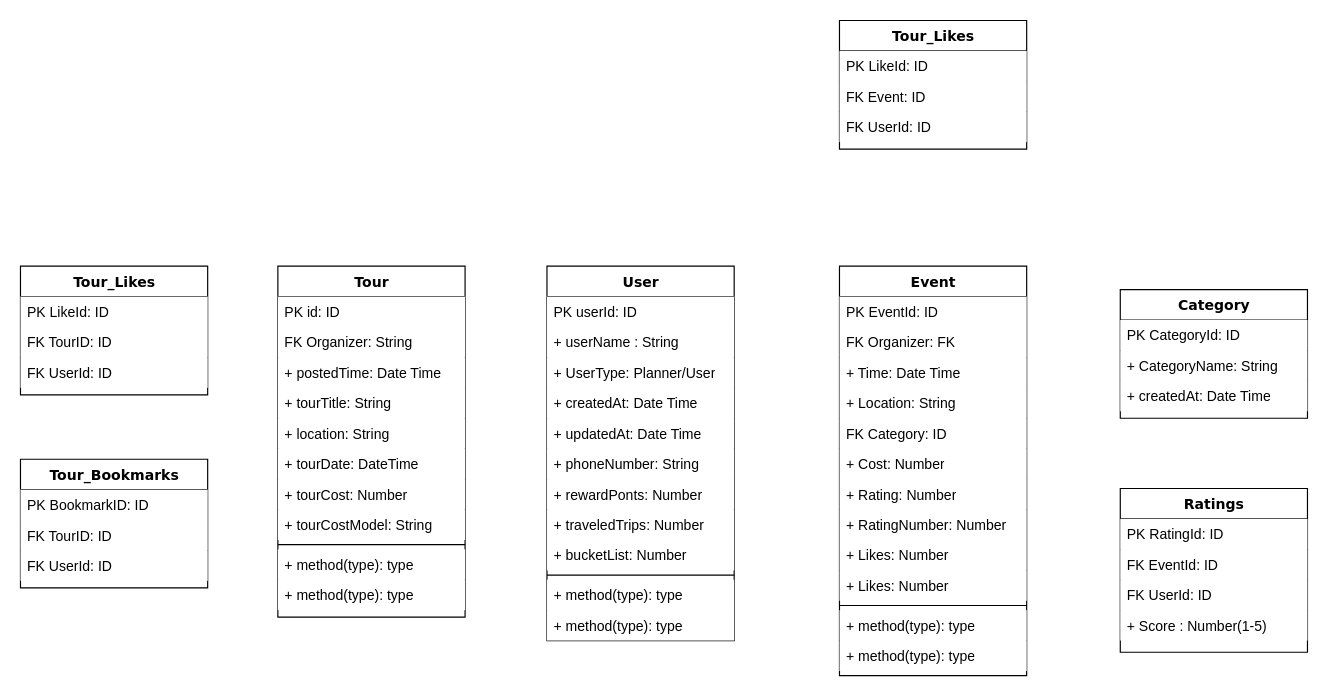
Above: page "Tour Entity" (1 of 2) of design/data model/rium-data-model.drawio in sheltonkertich/node-backend-express (draw.io), before the change. Source tidied: cells renumbered, new cells numbered last; positions are measured from the earlier drawing's top-left corner, leaving out a move shared by most shapes. Both pictures are drawn from the tidied source at 117%, with x=0, y=0 at pixel (20, 20).
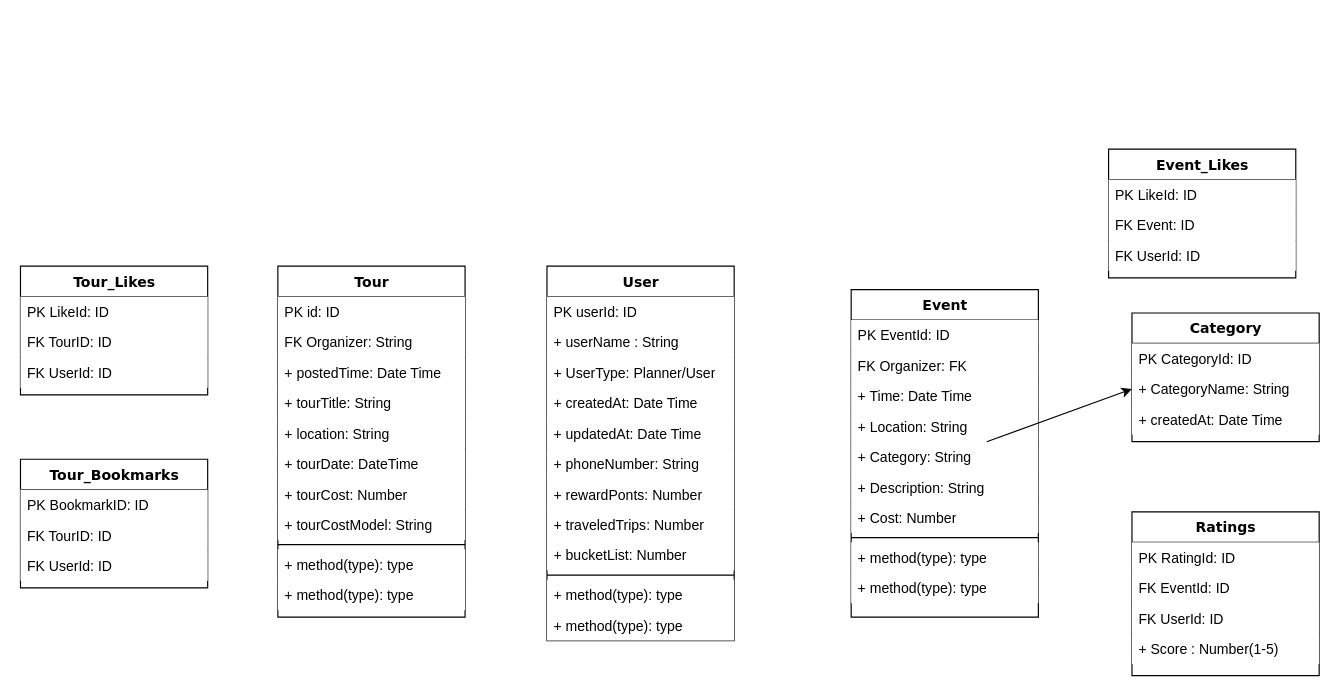
After the change.

Unchanged cells that the change refers to:
```xml
<mxCell id="43" value="+ CategoryName: String" style="text;html=1;strokeColor=none;fillColor=default;align=left;verticalAlign=top;spacingLeft=4;spacingRight=4;whiteSpace=wrap;overflow=hidden;points=[[0,0.5],[1,0.5]];portConstraint=eastwest;" parent="41" vertex="1">
  <mxGeometry y="52" width="160" height="26" as="geometry" />
</mxCell>
```

Change to the diagram source:
```diff
@@
+    <mxCell id="50" value="Tour_Likes" style="swimlane;html=1;fontStyle=1;align=center;verticalAlign=top;horizontal=1;startSize=26;swimlaneFillColor=#ffffff;rounded=0;shadow=0;comic=0;labelBackgroundColor=none;strokeWidth=1;fillColor=none;fontFamily=Verdana;fontSize=12;" parent="1" vertex="1">
+      <mxGeometry y="210" width="160" height="110" as="geometry" />
+    </mxCell>
+    <mxCell id="51" value="PK LikeId: ID" style="text;html=1;strokeColor=none;fillColor=default;align=left;verticalAlign=top;spacingLeft=4;spacingRight=4;whiteSpace=wrap;overflow=hidden;" parent="50" vertex="1">
+      <mxGeometry y="26" width="160" height="26" as="geometry" />
+    </mxCell>
+    <mxCell id="52" value="FK TourID: ID" style="text;html=1;strokeColor=none;fillColor=default;align=left;verticalAlign=top;spacingLeft=4;spacingRight=4;whiteSpace=wrap;overflow=hidden;" parent="50" vertex="1">
+      <mxGeometry y="52" width="160" height="26" as="geometry" />
+    </mxCell>
+    <mxCell id="53" value="FK UserId: ID" style="text;html=1;strokeColor=none;fillColor=default;align=left;verticalAlign=top;spacingLeft=4;spacingRight=4;whiteSpace=wrap;overflow=hidden;" parent="50" vertex="1">
+      <mxGeometry y="78" width="160" height="26" as="geometry" />
+    </mxCell>
+    <mxCell id="58" value="Tour_Bookmarks" style="swimlane;html=1;fontStyle=1;align=center;verticalAlign=top;horizontal=1;startSize=26;swimlaneFillColor=#ffffff;rounded=0;shadow=0;comic=0;labelBackgroundColor=none;strokeWidth=1;fillColor=none;fontFamily=Verdana;fontSize=12;" parent="1" vertex="1">
+      <mxGeometry y="375" width="160" height="110" as="geometry" />
+    </mxCell>
+    <mxCell id="59" value="PK BookmarkID: ID" style="text;html=1;strokeColor=none;fillColor=default;align=left;verticalAlign=top;spacingLeft=4;spacingRight=4;whiteSpace=wrap;overflow=hidden;" parent="58" vertex="1">
+      <mxGeometry y="26" width="160" height="26" as="geometry" />
+    </mxCell>
+    <mxCell id="60" value="FK TourID: ID" style="text;html=1;strokeColor=none;fillColor=default;align=left;verticalAlign=top;spacingLeft=4;spacingRight=4;whiteSpace=wrap;overflow=hidden;" parent="58" vertex="1">
+      <mxGeometry y="52" width="160" height="26" as="geometry" />
+    </mxCell>
+    <mxCell id="61" value="FK UserId: ID" style="text;html=1;strokeColor=none;fillColor=default;align=left;verticalAlign=top;spacingLeft=4;spacingRight=4;whiteSpace=wrap;overflow=hidden;" parent="58" vertex="1">
+      <mxGeometry y="78" width="160" height="26" as="geometry" />
+    </mxCell>
     <mxCell id="27" value="Event" style="swimlane;html=1;fontStyle=1;align=center;verticalAlign=top;horizontal=1;startSize=26;swimlaneFillColor=#ffffff;rounded=0;shadow=0;comic=0;labelBackgroundColor=none;strokeWidth=1;fillColor=none;fontFamily=Verdana;fontSize=12;" parent="1" vertex="1">
-      <mxGeometry x="700" y="210" width="160" height="350" as="geometry" />
+      <mxGeometry x="710" y="230" width="160" height="280" as="geometry" />
     </mxCell>
@@
-    <mxCell id="32" value="FK Category: ID" style="text;html=1;strokeColor=none;fillColor=default;align=left;verticalAlign=top;spacingLeft=4;spacingRight=4;whiteSpace=wrap;overflow=hidden;" parent="27" vertex="1">
-      <mxGeometry y="130" width="160" height="26" as="geometry" />
-    </mxCell>
+    <mxCell id="62" value="+ Category: String" style="text;html=1;strokeColor=none;fillColor=default;align=left;verticalAlign=top;spacingLeft=4;spacingRight=4;whiteSpace=wrap;overflow=hidden;points=[[0,0.5],[1,0.5]];portConstraint=eastwest;" parent="27" vertex="1">
+      <mxGeometry y="130" width="160" height="26" as="geometry" />
+    </mxCell>
+    <mxCell id="63" value="+ Description: String" style="text;html=1;strokeColor=none;fillColor=default;align=left;verticalAlign=top;spacingLeft=4;spacingRight=4;whiteSpace=wrap;overflow=hidden;" parent="27" vertex="1">
+      <mxGeometry y="156" width="160" height="26" as="geometry" />
+    </mxCell>
     <mxCell id="33" value="+ Cost: Number" style="text;html=1;strokeColor=none;fillColor=default;align=left;verticalAlign=top;spacingLeft=4;spacingRight=4;whiteSpace=wrap;overflow=hidden;" parent="27" vertex="1">
-      <mxGeometry y="156" width="160" height="26" as="geometry" />
+      <mxGeometry y="182" width="160" height="26" as="geometry" />
     </mxCell>
-    <mxCell id="34" value="+ Rating: Number" style="text;html=1;strokeColor=none;fillColor=default;align=left;verticalAlign=top;spacingLeft=4;spacingRight=4;whiteSpace=wrap;overflow=hidden;" parent="27" vertex="1">
-      <mxGeometry y="182" width="160" height="26" as="geometry" />
-    </mxCell>
-    <mxCell id="35" value="+ RatingNumber: Number" style="text;html=1;strokeColor=none;fillColor=default;align=left;verticalAlign=top;spacingLeft=4;spacingRight=4;whiteSpace=wrap;overflow=hidden;" parent="27" vertex="1">
-      <mxGeometry y="208" width="160" height="26" as="geometry" />
-    </mxCell>
-    <mxCell id="36" value="+ Likes: Number" style="text;html=1;strokeColor=none;fillColor=default;align=left;verticalAlign=top;spacingLeft=4;spacingRight=4;whiteSpace=wrap;overflow=hidden;" parent="27" vertex="1">
-      <mxGeometry y="234" width="160" height="26" as="geometry" />
-    </mxCell>
-    <mxCell id="37" value="+ Likes: Number" style="text;html=1;strokeColor=none;fillColor=default;align=left;verticalAlign=top;spacingLeft=4;spacingRight=4;whiteSpace=wrap;overflow=hidden;" parent="27" vertex="1">
-      <mxGeometry y="260" width="160" height="26" as="geometry" />
-    </mxCell>
-    <mxCell id="38" style="line;html=1;strokeWidth=1;fillColor=none;align=left;verticalAlign=middle;spacingTop=-1;spacingLeft=3;spacingRight=3;labelPosition=right;" parent="27" vertex="1">
-      <mxGeometry y="286" width="160" height="8" as="geometry" />
-    </mxCell>
-    <mxCell id="39" value="+ method(type): type" style="text;html=1;strokeColor=none;fillColor=default;align=left;verticalAlign=top;spacingLeft=4;spacingRight=4;whiteSpace=wrap;overflow=hidden;" parent="27" vertex="1">
-      <mxGeometry y="294" width="160" height="26" as="geometry" />
-    </mxCell>
-    <mxCell id="40" value="+ method(type): type" style="text;html=1;strokeColor=none;fillColor=default;align=left;verticalAlign=top;spacingLeft=4;spacingRight=4;whiteSpace=wrap;overflow=hidden;" parent="27" vertex="1">
-      <mxGeometry y="320" width="160" height="26" as="geometry" />
-    </mxCell>
+    <mxCell id="64" style="line;html=1;strokeWidth=1;fillColor=none;align=left;verticalAlign=middle;spacingTop=-1;spacingLeft=3;spacingRight=3;labelPosition=right;" parent="27" vertex="1">
+      <mxGeometry y="208" width="160" height="8" as="geometry" />
+    </mxCell>
+    <mxCell id="65" value="+ method(type): type" style="text;html=1;strokeColor=none;fillColor=default;align=left;verticalAlign=top;spacingLeft=4;spacingRight=4;whiteSpace=wrap;overflow=hidden;" parent="27" vertex="1">
+      <mxGeometry y="216" width="160" height="26" as="geometry" />
+    </mxCell>
+    <mxCell id="66" value="+ method(type): type" style="text;html=1;strokeColor=none;fillColor=default;align=left;verticalAlign=top;spacingLeft=4;spacingRight=4;whiteSpace=wrap;overflow=hidden;" parent="27" vertex="1">
+      <mxGeometry y="242" width="160" height="26" as="geometry" />
+    </mxCell>
     <mxCell id="41" value="Category" style="swimlane;html=1;fontStyle=1;align=center;verticalAlign=top;horizontal=1;startSize=26;swimlaneFillColor=#ffffff;rounded=0;shadow=0;comic=0;labelBackgroundColor=none;strokeWidth=1;fillColor=none;fontFamily=Verdana;fontSize=12;" parent="1" vertex="1">
-      <mxGeometry x="940" y="230" width="160" height="110" as="geometry" />
+      <mxGeometry x="950" y="250" width="160" height="110" as="geometry" />
     </mxCell>
@@
     <mxCell id="45" value="Ratings" style="swimlane;html=1;fontStyle=1;align=center;verticalAlign=top;horizontal=1;startSize=26;swimlaneFillColor=#ffffff;rounded=0;shadow=0;comic=0;labelBackgroundColor=none;strokeWidth=1;fillColor=none;fontFamily=Verdana;fontSize=12;" parent="1" vertex="1">
-      <mxGeometry x="940" y="400" width="160" height="140" as="geometry" />
+      <mxGeometry x="950" y="420" width="160" height="140" as="geometry" />
     </mxCell>
@@
-    <mxCell id="48" value="FK UserId: ID" style="text;html=1;strokeColor=none;fillColor=default;align=left;verticalAlign=top;spacingLeft=4;spacingRight=4;whiteSpace=wrap;overflow=hidden;" parent="45" vertex="1">
-      <mxGeometry y="78" width="160" height="26" as="geometry" />
-    </mxCell>
+    <mxCell id="67" value="FK UserId: ID" style="text;html=1;strokeColor=none;fillColor=default;align=left;verticalAlign=top;spacingLeft=4;spacingRight=4;whiteSpace=wrap;overflow=hidden;" parent="45" vertex="1">
+      <mxGeometry y="78" width="160" height="26" as="geometry" />
+    </mxCell>
@@
-    <mxCell id="50" value="Tour_Likes" style="swimlane;html=1;fontStyle=1;align=center;verticalAlign=top;horizontal=1;startSize=26;swimlaneFillColor=#ffffff;rounded=0;shadow=0;comic=0;labelBackgroundColor=none;strokeWidth=1;fillColor=none;fontFamily=Verdana;fontSize=12;" parent="1" vertex="1">
-      <mxGeometry y="210" width="160" height="110" as="geometry" />
-    </mxCell>
-    <mxCell id="51" value="PK LikeId: ID" style="text;html=1;strokeColor=none;fillColor=default;align=left;verticalAlign=top;spacingLeft=4;spacingRight=4;whiteSpace=wrap;overflow=hidden;" parent="50" vertex="1">
-      <mxGeometry y="26" width="160" height="26" as="geometry" />
-    </mxCell>
-    <mxCell id="52" value="FK TourID: ID" style="text;html=1;strokeColor=none;fillColor=default;align=left;verticalAlign=top;spacingLeft=4;spacingRight=4;whiteSpace=wrap;overflow=hidden;" parent="50" vertex="1">
-      <mxGeometry y="52" width="160" height="26" as="geometry" />
-    </mxCell>
-    <mxCell id="53" value="FK UserId: ID" style="text;html=1;strokeColor=none;fillColor=default;align=left;verticalAlign=top;spacingLeft=4;spacingRight=4;whiteSpace=wrap;overflow=hidden;" parent="50" vertex="1">
-      <mxGeometry y="78" width="160" height="26" as="geometry" />
-    </mxCell>
-    <mxCell id="54" value="Tour_Likes" style="swimlane;html=1;fontStyle=1;align=center;verticalAlign=top;horizontal=1;startSize=26;swimlaneFillColor=#ffffff;rounded=0;shadow=0;comic=0;labelBackgroundColor=none;strokeWidth=1;fillColor=none;fontFamily=Verdana;fontSize=12;" parent="1" vertex="1">
-      <mxGeometry x="700" width="160" height="110" as="geometry" />
-    </mxCell>
+    <mxCell id="68" value="Event_Likes" style="swimlane;html=1;fontStyle=1;align=center;verticalAlign=top;horizontal=1;startSize=26;swimlaneFillColor=#ffffff;rounded=0;shadow=0;comic=0;labelBackgroundColor=none;strokeWidth=1;fillColor=none;fontFamily=Verdana;fontSize=12;" parent="1" vertex="1">
+      <mxGeometry x="930" y="110" width="160" height="110" as="geometry" />
+    </mxCell>
-    <mxCell id="55" value="PK LikeId: ID" style="text;html=1;strokeColor=none;fillColor=default;align=left;verticalAlign=top;spacingLeft=4;spacingRight=4;whiteSpace=wrap;overflow=hidden;" parent="54" vertex="1">
+    <mxCell id="55" value="PK LikeId: ID" style="text;html=1;strokeColor=none;fillColor=default;align=left;verticalAlign=top;spacingLeft=4;spacingRight=4;whiteSpace=wrap;overflow=hidden;" parent="68" vertex="1">
       <mxGeometry y="26" width="160" height="26" as="geometry" />
     </mxCell>
-    <mxCell id="56" value="FK Event: ID" style="text;html=1;strokeColor=none;fillColor=default;align=left;verticalAlign=top;spacingLeft=4;spacingRight=4;whiteSpace=wrap;overflow=hidden;" parent="54" vertex="1">
+    <mxCell id="56" value="FK Event: ID" style="text;html=1;strokeColor=none;fillColor=default;align=left;verticalAlign=top;spacingLeft=4;spacingRight=4;whiteSpace=wrap;overflow=hidden;" parent="68" vertex="1">
       <mxGeometry y="52" width="160" height="26" as="geometry" />
     </mxCell>
-    <mxCell id="57" value="FK UserId: ID" style="text;html=1;strokeColor=none;fillColor=default;align=left;verticalAlign=top;spacingLeft=4;spacingRight=4;whiteSpace=wrap;overflow=hidden;" parent="54" vertex="1">
-      <mxGeometry y="78" width="160" height="26" as="geometry" />
-    </mxCell>
-    <mxCell id="58" value="Tour_Bookmarks" style="swimlane;html=1;fontStyle=1;align=center;verticalAlign=top;horizontal=1;startSize=26;swimlaneFillColor=#ffffff;rounded=0;shadow=0;comic=0;labelBackgroundColor=none;strokeWidth=1;fillColor=none;fontFamily=Verdana;fontSize=12;" parent="1" vertex="1">
-      <mxGeometry y="375" width="160" height="110" as="geometry" />
-    </mxCell>
-    <mxCell id="59" value="PK BookmarkID: ID" style="text;html=1;strokeColor=none;fillColor=default;align=left;verticalAlign=top;spacingLeft=4;spacingRight=4;whiteSpace=wrap;overflow=hidden;" parent="58" vertex="1">
-      <mxGeometry y="26" width="160" height="26" as="geometry" />
-    </mxCell>
-    <mxCell id="60" value="FK TourID: ID" style="text;html=1;strokeColor=none;fillColor=default;align=left;verticalAlign=top;spacingLeft=4;spacingRight=4;whiteSpace=wrap;overflow=hidden;" parent="58" vertex="1">
-      <mxGeometry y="52" width="160" height="26" as="geometry" />
-    </mxCell>
-    <mxCell id="61" value="FK UserId: ID" style="text;html=1;strokeColor=none;fillColor=default;align=left;verticalAlign=top;spacingLeft=4;spacingRight=4;whiteSpace=wrap;overflow=hidden;" parent="58" vertex="1">
-      <mxGeometry y="78" width="160" height="26" as="geometry" />
-    </mxCell>
+    <mxCell id="69" value="FK UserId: ID" style="text;html=1;strokeColor=none;fillColor=default;align=left;verticalAlign=top;spacingLeft=4;spacingRight=4;whiteSpace=wrap;overflow=hidden;" parent="68" vertex="1">
+      <mxGeometry y="78" width="160" height="26" as="geometry" />
+    </mxCell>
+    <mxCell id="70" style="edgeStyle=none;html=1;entryX=0;entryY=0.5;entryDx=0;entryDy=0;" parent="1" edge="1" source="62" target="43">
+      <mxGeometry relative="1" as="geometry" />
+    </mxCell>
```
